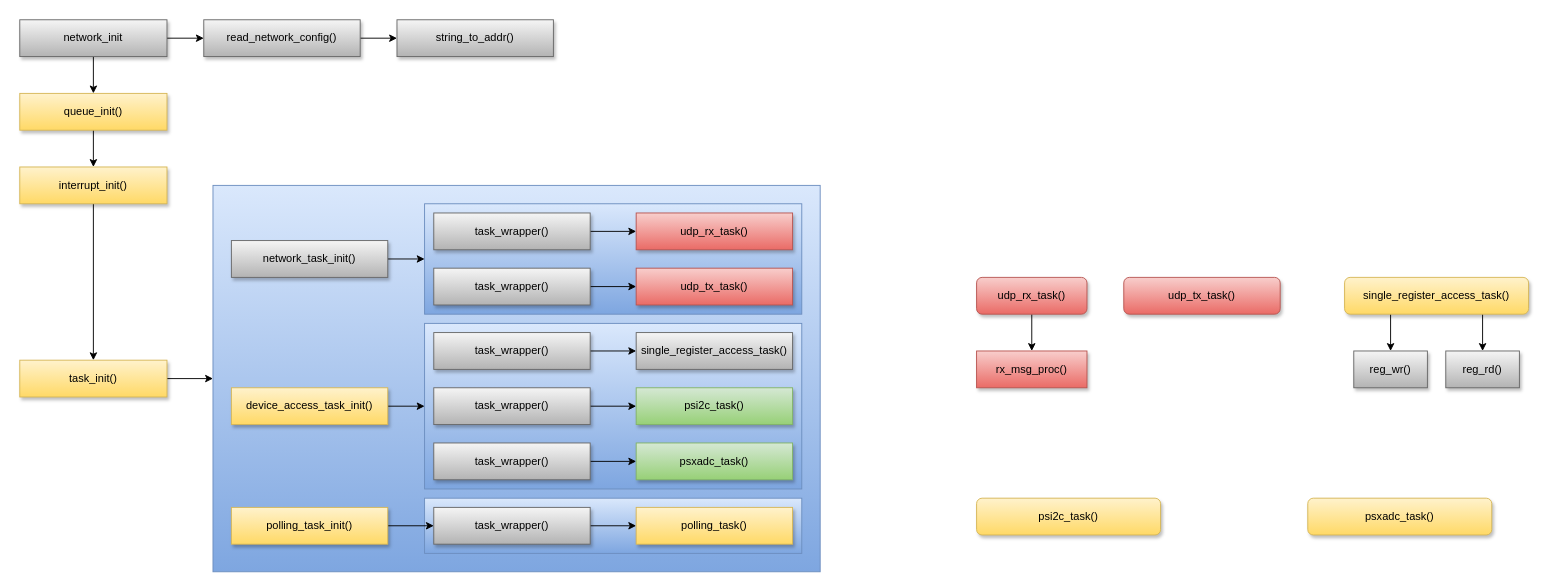
Before: page "functions" (2 of 3) of doc/class.drawio in NSLS2/ZynqDetector, a draw.io diagram. Source tidied: cells renumbered, new cells numbered last; positions are measured from the earlier drawing's top-left corner, leaving out a move shared by most shapes. Both pictures are drawn from the tidied source at 92%, with x=0, y=0 at pixel (19, 19).
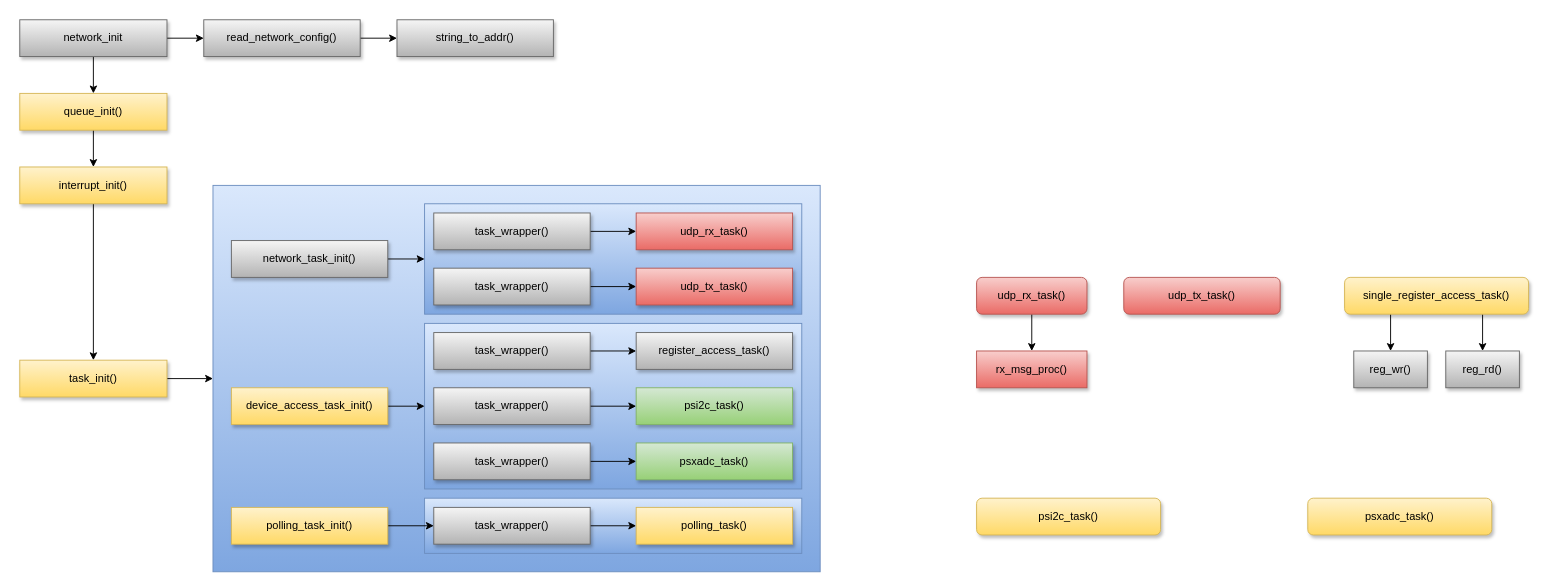
After the change.

What changed in the source:
```diff
@@
-    <mxCell id="25" value="single_register_access_task()" style="rounded=0;whiteSpace=wrap;html=1;fillColor=#f5f5f5;gradientColor=#b3b3b3;strokeColor=#666666;shadow=1;" parent="1" vertex="1">
+    <mxCell id="25" value="register_access_task()" style="rounded=0;whiteSpace=wrap;html=1;fillColor=#f5f5f5;gradientColor=#b3b3b3;strokeColor=#666666;shadow=1;" parent="1" vertex="1">
       <mxGeometry x="670" y="340" width="170" height="40" as="geometry" />
     </mxCell>
```
